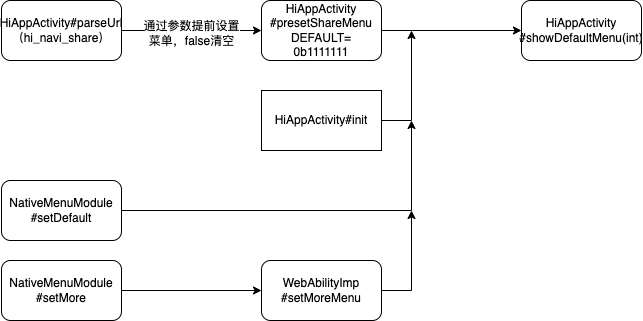
Before: 流程梳理/WebApp创建菜单.drawio.png, a diagram exported from draw.io (baizhu0414/Diagrams). Source tidied: cells renumbered, new cells last; positions are measured from the earlier drawing's top-left corner, leaving out a move shared by most shapes.
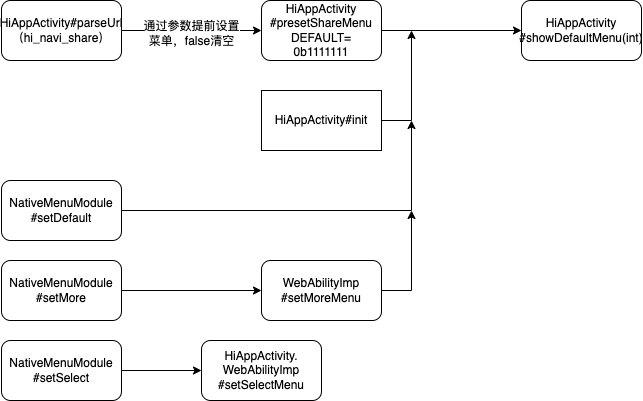
After the commit.

Commit message:
更新WebApp创建菜单.drawio.png

What changed in the source:
```diff
@@ -53,5 +53,14 @@
     <mxCell id="15" value="NativeMenuModule&lt;br&gt;#setMore" style="rounded=1;whiteSpace=wrap;html=1;" parent="1" vertex="1">
       <mxGeometry y="260" width="120" height="60" as="geometry" />
     </mxCell>
+    <mxCell id="16" style="edgeStyle=orthogonalEdgeStyle;rounded=0;jettySize=auto;html=1;" parent="1" edge="1" source="17" target="18">
+      <mxGeometry relative="1" as="geometry" />
+    </mxCell>
+    <mxCell id="17" value="NativeMenuModule&lt;br&gt;#setSelect" style="rounded=1;whiteSpace=wrap;html=1;" parent="1" vertex="1">
+      <mxGeometry y="340" width="120" height="60" as="geometry" />
+    </mxCell>
+    <mxCell id="18" value="HiAppActivity.&lt;br&gt;WebAbilityImp&lt;br&gt;#setSelectMenu" style="rounded=1;whiteSpace=wrap;html=1;" parent="1" vertex="1">
+      <mxGeometry x="200" y="340" width="120" height="60" as="geometry" />
+    </mxCell>
   </root>
 </mxGraphModel>
```
